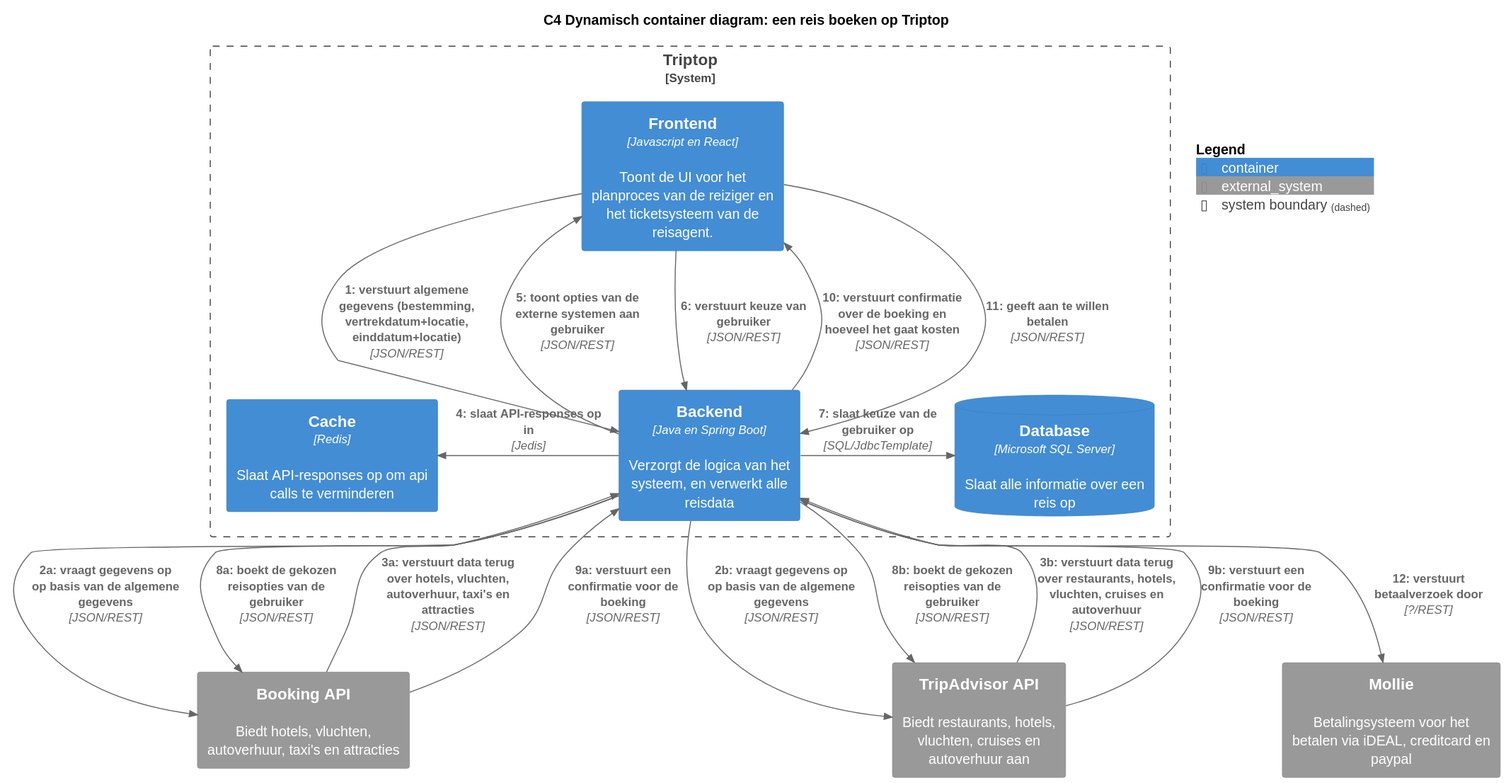
Before: software-guidebook/sgb-bestanden/dynamisch-container-diagram-reis-boeken-C4_Dynamisch_container_diagram__een_reis_boeken_op_TripTop.svg, a diagram exported from PlantUML (AIM-ENE-feb25/triptop-groep-4-jochem-roald-stijn-a).
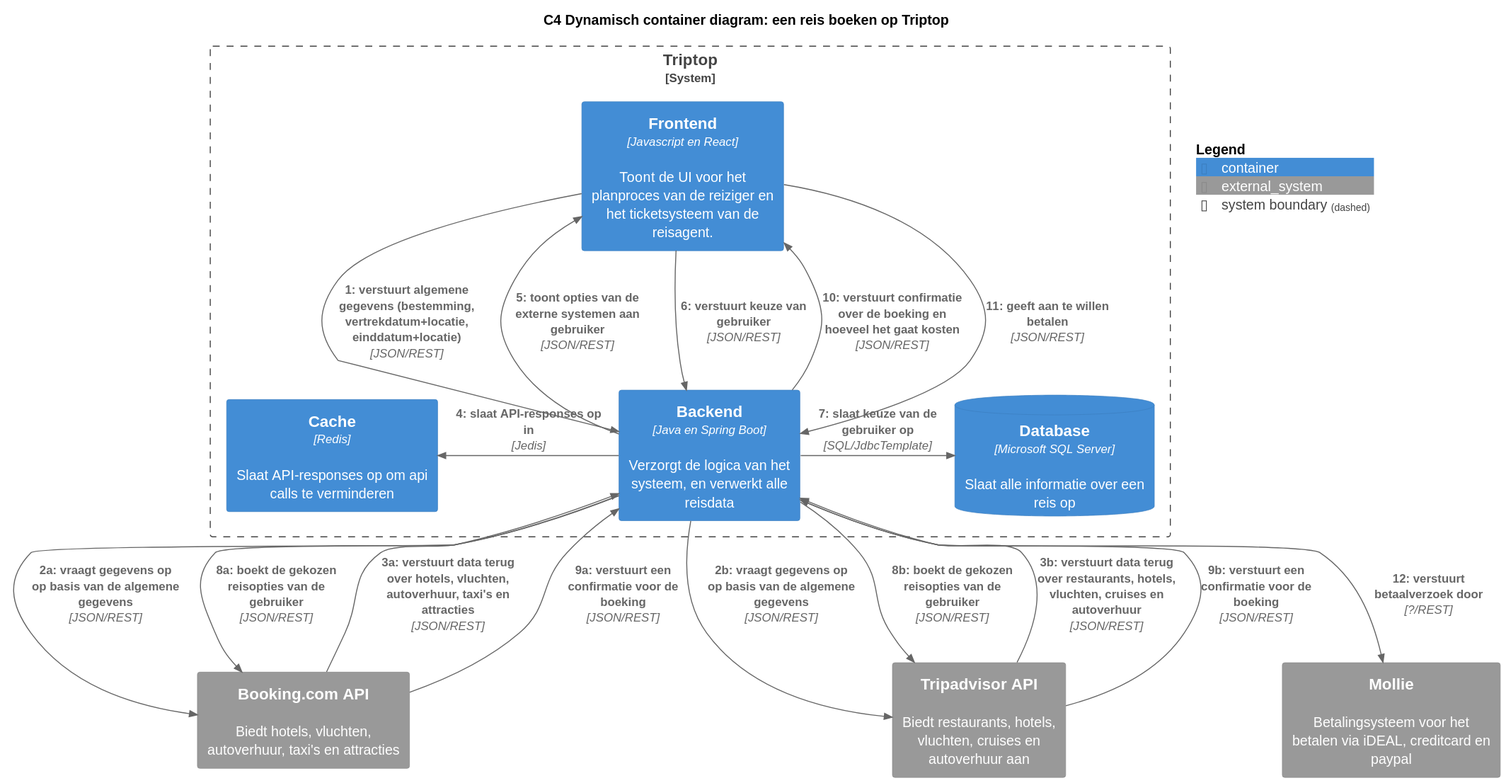
Above is the later version.

What changed in the source:
```diff
@@ -13,8 +13,8 @@
     Container(cache, "Cache", "Redis", "Slaat API-responses op om api calls te verminderen")
 }
 
-System_Ext(booking, "Booking API", "Biedt hotels, vluchten, autoverhuur, taxi's en attracties")
-System_Ext(tripadvisor, "TripAdvisor API", "Biedt restaurants, hotels, vluchten, cruises en autoverhuur aan")
+System_Ext(booking, "Booking.com API", "Biedt hotels, vluchten, autoverhuur, taxi's en attracties")
+System_Ext(tripadvisor, "Tripadvisor API", "Biedt restaurants, hotels, vluchten, cruises en autoverhuur aan")
 System_Ext(mollie, "Mollie", "Betalingsysteem voor het betalen via iDEAL, creditcard en paypal")
 
 Rel_D(frontend, backend, "1: verstuurt algemene gegevens (bestemming, vertrekdatum+locatie, einddatum+locatie)", "JSON/REST")
```
